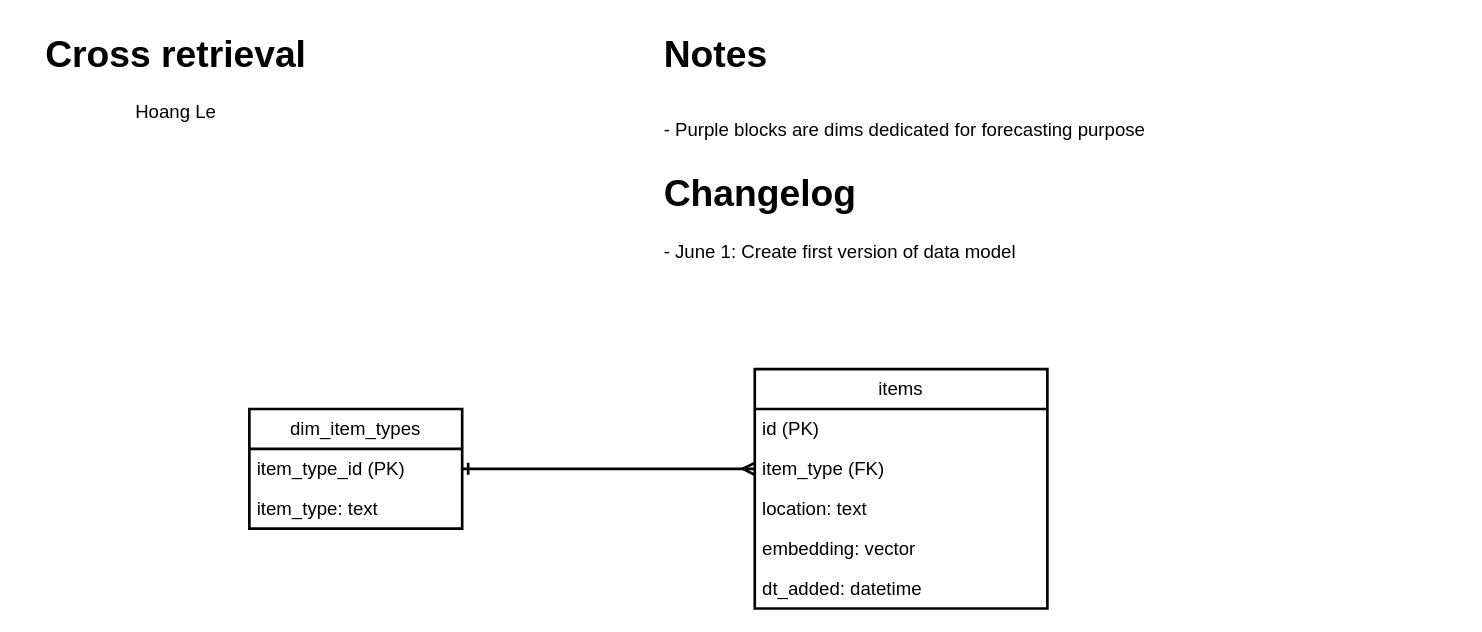
This is page "data-model" (1 of 2) of docs/system-diagram.drawio from hoanghl/recsys, a draw.io file, before an edit. Source tidied: cells renumbered, new cells numbered last; positions are measured from the earlier drawing's top-left corner, leaving out a move shared by most shapes. Both pictures are drawn from the tidied source at 133%, with x=0, y=0 at pixel (23, 23).
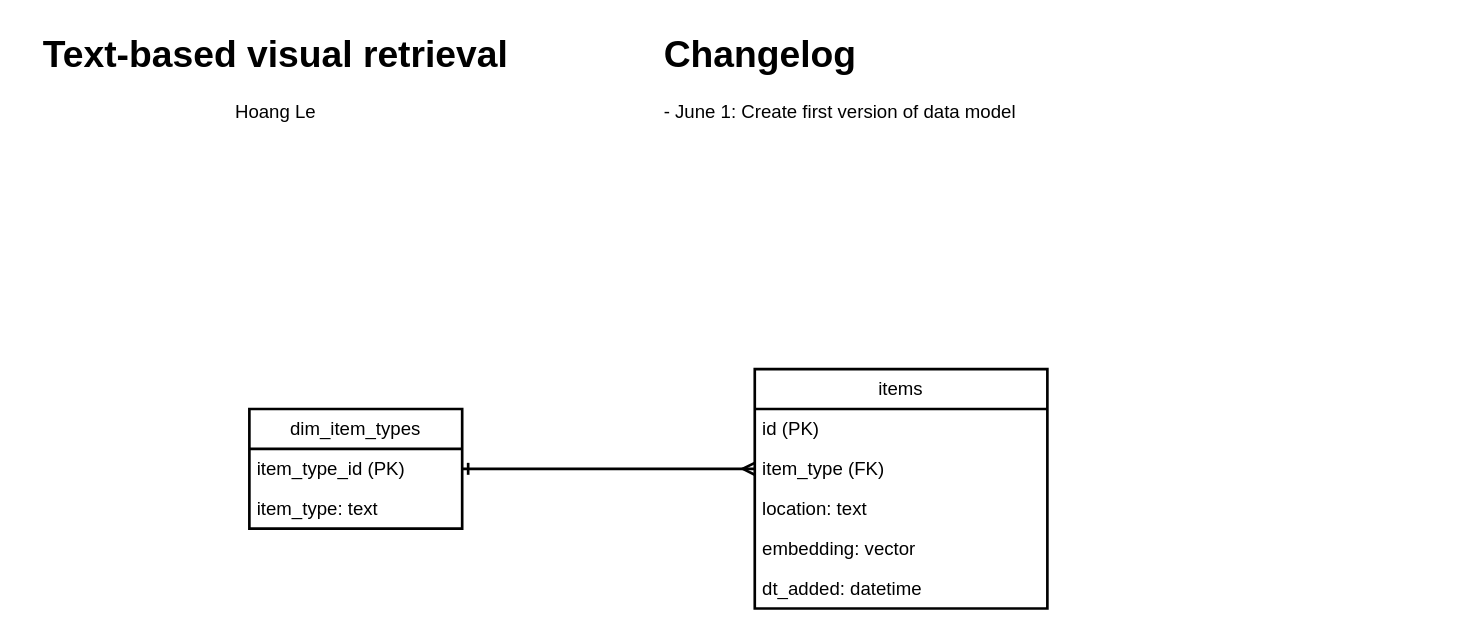
The same page after the edit.

Commit message:
Add document for content-based visual retrieval

version 1.1

Change to the diagram source:
```diff
@@
 <mxGraphModel>
   <root>
     <mxCell id="0" />
     <mxCell id="1" parent="0" />
     <mxCell id="2" value="items" style="swimlane;fontStyle=0;horizontal=1;startSize=30;whiteSpace=wrap;html=1;strokeWidth=2;fontSize=14;" parent="1" vertex="1">
       <mxGeometry x="550" y="260" width="220" height="180" as="geometry" />
     </mxCell>
     <mxCell id="3" value="id (PK)" style="text;strokeColor=none;fillColor=none;align=left;verticalAlign=middle;spacingLeft=4;spacingRight=4;overflow=hidden;whiteSpace=wrap;html=1;strokeWidth=2;fontSize=14;" parent="2" vertex="1">
       <mxGeometry y="30" width="220" height="30" as="geometry" />
     </mxCell>
     <mxCell id="4" value="item_type (FK)" style="text;strokeColor=none;fillColor=none;align=left;verticalAlign=middle;spacingLeft=4;spacingRight=4;overflow=hidden;points=[[0,0.5],[1,0.5]];portConstraint=eastwest;whiteSpace=wrap;html=1;strokeWidth=2;fontSize=14;" parent="2" vertex="1">
       <mxGeometry y="60" width="220" height="30" as="geometry" />
     </mxCell>
     <mxCell id="5" value="location: text" style="text;strokeColor=none;fillColor=none;align=left;verticalAlign=middle;spacingLeft=4;spacingRight=4;overflow=hidden;whiteSpace=wrap;html=1;strokeWidth=2;fontSize=14;" parent="2" vertex="1">
       <mxGeometry y="90" width="220" height="30" as="geometry" />
     </mxCell>
     <mxCell id="6" value="embedding: vector" style="text;strokeColor=none;fillColor=none;align=left;verticalAlign=middle;spacingLeft=4;spacingRight=4;overflow=hidden;whiteSpace=wrap;html=1;strokeWidth=2;fontSize=14;" parent="2" vertex="1">
       <mxGeometry y="120" width="220" height="30" as="geometry" />
     </mxCell>
     <mxCell id="7" value="dt_added: datetime" style="text;strokeColor=none;fillColor=none;align=left;verticalAlign=middle;spacingLeft=4;spacingRight=4;overflow=hidden;whiteSpace=wrap;html=1;strokeWidth=2;fontSize=14;" parent="2" vertex="1">
       <mxGeometry y="150" width="220" height="30" as="geometry" />
     </mxCell>
     <mxCell id="8" value="dim_item_types" style="swimlane;fontStyle=0;horizontal=1;startSize=30;whiteSpace=wrap;html=1;strokeWidth=2;fontSize=14;" parent="1" vertex="1">
       <mxGeometry x="170" y="290" width="160" height="90" as="geometry" />
     </mxCell>
     <mxCell id="9" value="item_type_id (PK)" style="text;strokeColor=none;fillColor=none;align=left;verticalAlign=middle;spacingLeft=4;spacingRight=4;overflow=hidden;points=[[0,0.5],[1,0.5]];portConstraint=eastwest;whiteSpace=wrap;html=1;strokeWidth=2;fontSize=14;" parent="8" vertex="1">
       <mxGeometry y="30" width="160" height="30" as="geometry" />
     </mxCell>
     <mxCell id="10" value="item_type: text" style="text;strokeColor=none;fillColor=none;align=left;verticalAlign=middle;spacingLeft=4;spacingRight=4;overflow=hidden;whiteSpace=wrap;html=1;strokeWidth=2;fontSize=14;" parent="8" vertex="1">
       <mxGeometry y="60" width="160" height="30" as="geometry" />
     </mxCell>
-    <mxCell id="11" value="&lt;h1 style=&quot;margin-top: 0px;&quot;&gt;Cross retrieval&lt;/h1&gt;&lt;p&gt;Hoang Le&lt;/p&gt;" style="text;html=1;whiteSpace=wrap;overflow=hidden;rounded=0;strokeWidth=2;align=center;fontSize=14;" parent="1" vertex="1">
-      <mxGeometry width="230" height="197.1" as="geometry" />
+    <mxCell id="11" value="&lt;h1 style=&quot;margin-top: 0px;&quot;&gt;Text-based visual retrieval&lt;/h1&gt;&lt;p&gt;Hoang Le&lt;/p&gt;" style="text;html=1;whiteSpace=wrap;overflow=hidden;rounded=0;strokeWidth=2;align=center;fontSize=14;" parent="1" vertex="1">
+      <mxGeometry width="380" height="197.1" as="geometry" />
     </mxCell>
     <mxCell id="12" style="edgeStyle=orthogonalEdgeStyle;rounded=0;jettySize=auto;html=1;exitX=0;exitY=0.5;exitDx=0;exitDy=0;entryX=1;entryY=0.5;entryDx=0;entryDy=0;startArrow=ERmany;startFill=0;endArrow=ERone;endFill=0;strokeWidth=2;fontSize=14;" parent="1" edge="1" source="4" target="9">
       <mxGeometry relative="1" as="geometry" />
     </mxCell>
-    <mxCell id="13" value="&lt;h1 style=&quot;margin-top: 0px;&quot;&gt;Notes&lt;/h1&gt;&lt;h1 style=&quot;margin-top: 0px;&quot;&gt;&lt;span style=&quot;font-weight: normal;&quot;&gt;&lt;font style=&quot;font-size: 14px;&quot;&gt;- Purple blocks are dims dedicated for forecasting purpose&lt;/font&gt;&lt;/span&gt;&lt;/h1&gt;&lt;h1 style=&quot;margin-top: 0px;&quot;&gt;Changelog&lt;/h1&gt;&lt;div&gt;&lt;font&gt;- June 1: Create first version of data model&lt;/font&gt;&lt;/div&gt;" style="text;html=1;whiteSpace=wrap;overflow=hidden;rounded=0;fontSize=14;" parent="1" vertex="1">
+    <mxCell id="13" value="&lt;h1 style=&quot;margin-top: 0px;&quot;&gt;&lt;span style=&quot;background-color: transparent; color: light-dark(rgb(0, 0, 0), rgb(255, 255, 255));&quot;&gt;&lt;font style=&quot;&quot;&gt;Changelog&lt;/font&gt;&lt;/span&gt;&lt;/h1&gt;&lt;div&gt;&lt;font&gt;- June 1: Create first version of data model&lt;/font&gt;&lt;/div&gt;" style="text;html=1;whiteSpace=wrap;overflow=hidden;rounded=0;fontSize=14;" parent="1" vertex="1">
       <mxGeometry x="480" width="600" height="240" as="geometry" />
     </mxCell>
   </root>
 </mxGraphModel>
```
